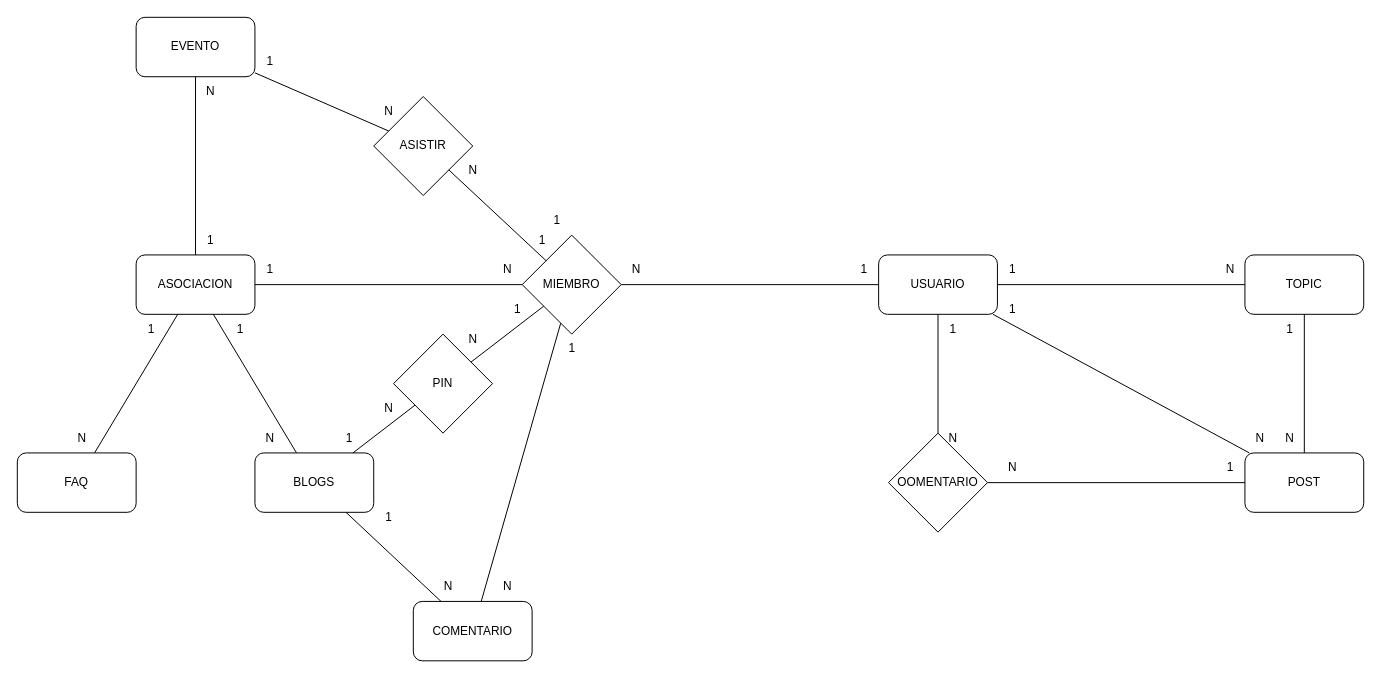
Above: Base de Datos.drawio in NoeOrgaGutierrez/careconnect-back (draw.io), before the change. Source tidied: cells renumbered, new cells numbered last; positions are measured from the earlier drawing's top-left corner, leaving out a move shared by most shapes. Both pictures are drawn from the tidied source at 99%, with x=0, y=0 at pixel (17, 17).
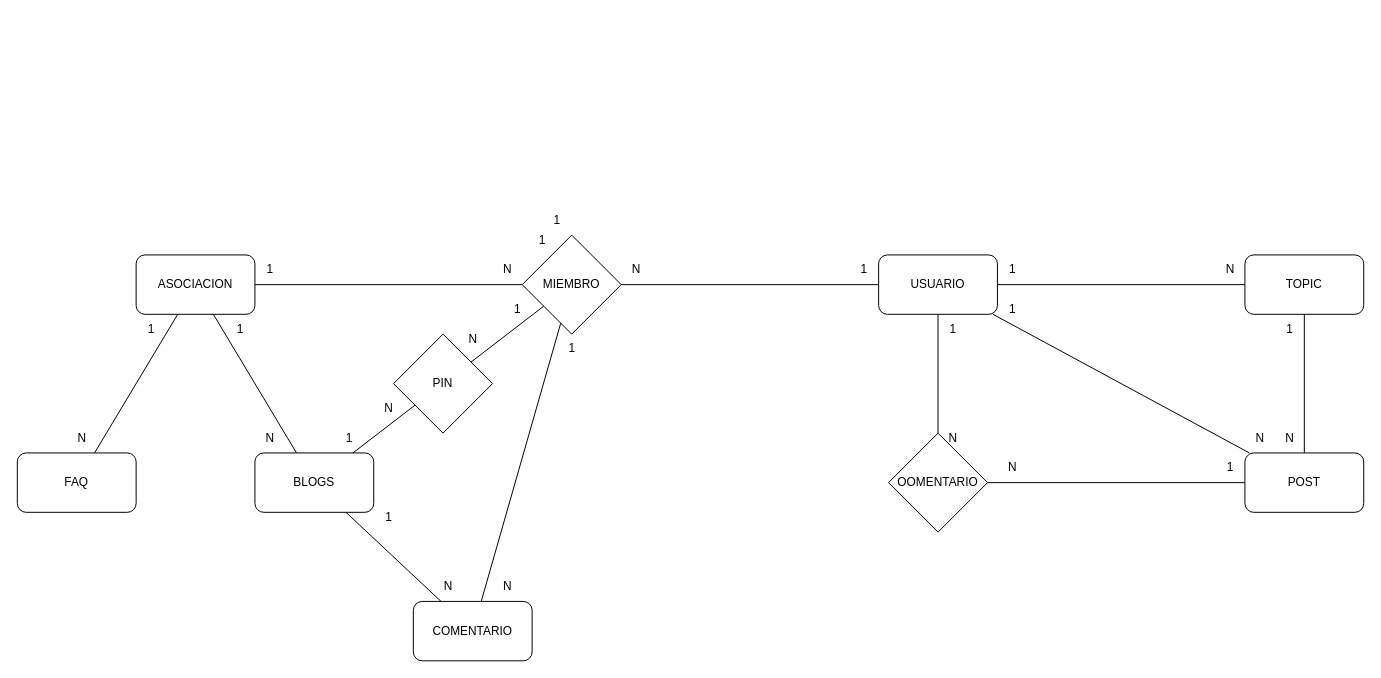
The same diagram, later.

Unchanged cells that the change refers to:
```xml
<mxCell id="3" value="ASOCIACION" style="rounded=1;whiteSpace=wrap;html=1;" parent="1" vertex="1">
  <mxGeometry x="120" y="240" width="120" height="60" as="geometry" />
</mxCell>
<mxCell id="44" value="MIEMBRO" style="rhombus;whiteSpace=wrap;html=1;" parent="1" vertex="1">
  <mxGeometry x="510" y="220" width="100" height="100" as="geometry" />
</mxCell>
```

Diff of the diagram source:
```diff
@@
-    <mxCell id="40" value="EVENTO" style="rounded=1;whiteSpace=wrap;html=1;" parent="1" vertex="1">
-      <mxGeometry x="120" width="120" height="60" as="geometry" />
-    </mxCell>
-    <mxCell id="41" style="rounded=0;jettySize=auto;html=1;endArrow=none;endFill=0;" parent="1" edge="1" source="3" target="40">
-      <mxGeometry relative="1" as="geometry" />
-    </mxCell>
-    <mxCell id="42" value="1" style="text;html=1;align=center;verticalAlign=middle;strokeColor=none;fillColor=none;" parent="1" vertex="1">
-      <mxGeometry x="180" y="210" width="30" height="30" as="geometry" />
-    </mxCell>
-    <mxCell id="43" value="N" style="text;html=1;align=center;verticalAlign=middle;strokeColor=none;fillColor=none;" parent="1" vertex="1">
-      <mxGeometry x="180" y="60" width="30" height="30" as="geometry" />
-    </mxCell>
@@
-    <mxCell id="45" value="ASISTIR" style="rhombus;whiteSpace=wrap;html=1;" parent="1" vertex="1">
-      <mxGeometry x="360" y="80" width="100" height="100" as="geometry" />
-    </mxCell>
-    <mxCell id="46" style="rounded=0;jettySize=auto;html=1;endArrow=none;endFill=0;" parent="1" edge="1" source="45" target="40">
-      <mxGeometry relative="1" as="geometry" />
-    </mxCell>
-    <mxCell id="47" style="rounded=0;jettySize=auto;html=1;endArrow=none;endFill=0;" parent="1" edge="1" source="44" target="45">
-      <mxGeometry relative="1" as="geometry" />
-    </mxCell>
-    <mxCell id="48" value="1" style="text;html=1;align=center;verticalAlign=middle;strokeColor=none;fillColor=none;" parent="1" vertex="1">
-      <mxGeometry x="240" y="30" width="30" height="30" as="geometry" />
-    </mxCell>
-    <mxCell id="49" value="N" style="text;html=1;align=center;verticalAlign=middle;strokeColor=none;fillColor=none;" parent="1" vertex="1">
-      <mxGeometry x="360" y="80" width="30" height="30" as="geometry" />
-    </mxCell>
-    <mxCell id="50" value="N" style="text;html=1;align=center;verticalAlign=middle;strokeColor=none;fillColor=none;" parent="1" vertex="1">
-      <mxGeometry x="445" y="140" width="30" height="30" as="geometry" />
-    </mxCell>
```
